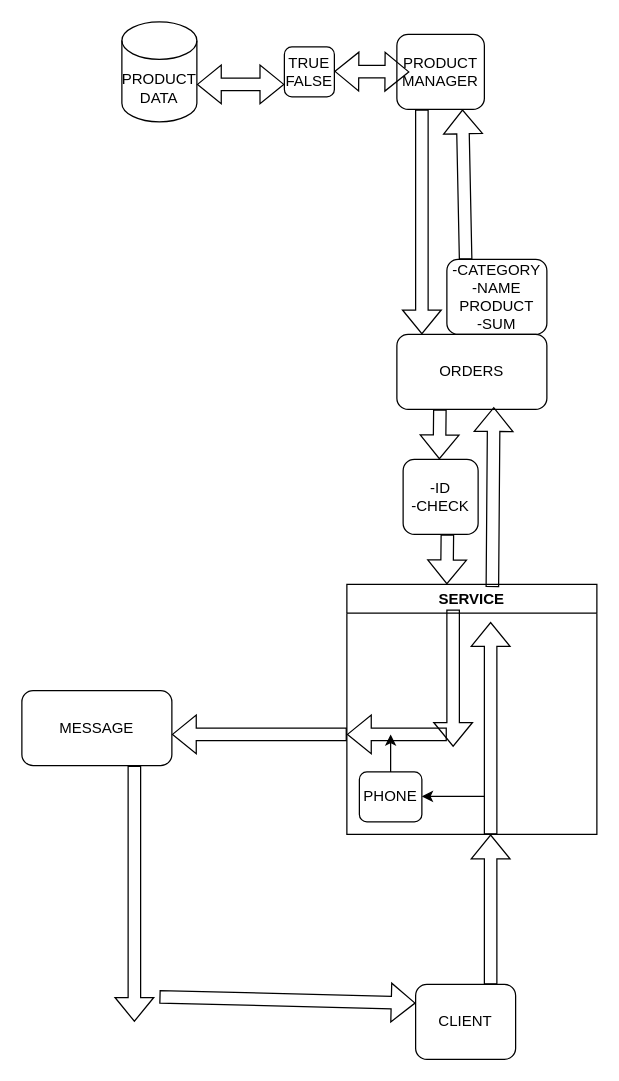
This is InternetShope.drawio from uninaniso/C-Sharp, a draw.io file, before an edit. Source tidied: cells renumbered, new cells numbered last; positions are measured from the earlier drawing's top-left corner, leaving out a move shared by most shapes. Both pictures are drawn from the tidied source at 125%, with x=0, y=0 at pixel (21, 21).
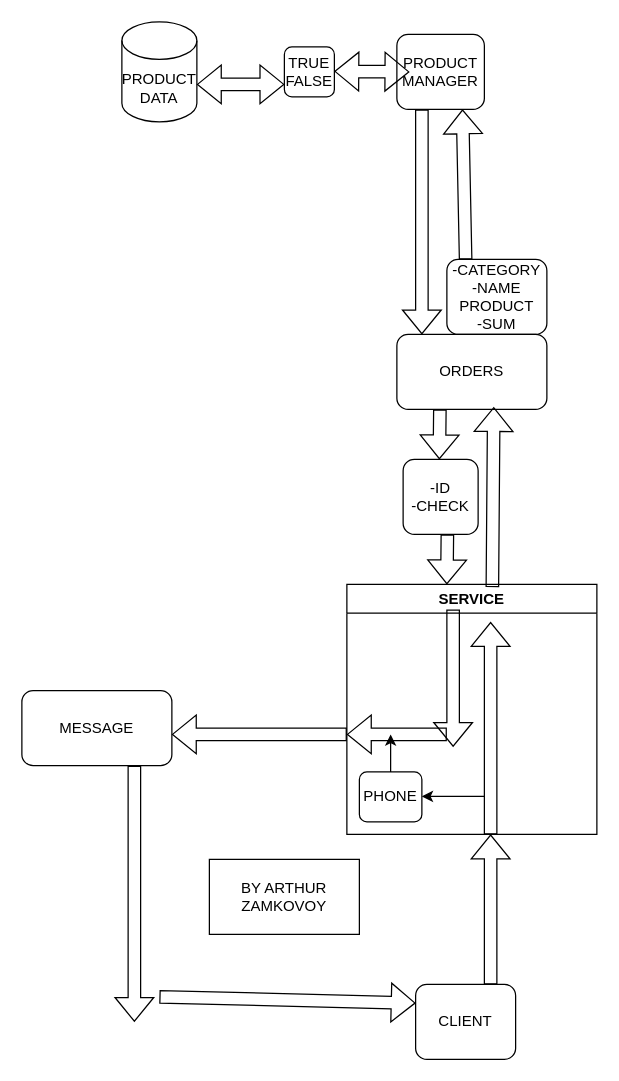
Above is the later version.

Diff of the diagram source:
```diff
@@
+    <mxCell id="28" value="BY ARTHUR ZAMKOVOY" style="rounded=0;whiteSpace=wrap;html=1;" parent="1" vertex="1">
+      <mxGeometry x="150" y="670" width="120" height="60" as="geometry" />
+    </mxCell>
```
